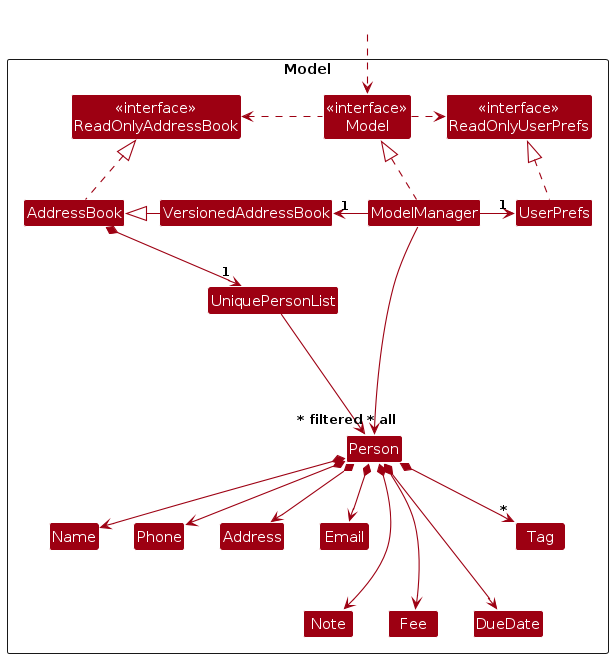
Before: diagrams/ModelClassDiagram.png, a diagram exported from PlantUML (AY2627S1-CS2103T-T08-4/tp). Its source is kept beside it as diagrams/ModelClassDiagram.puml.
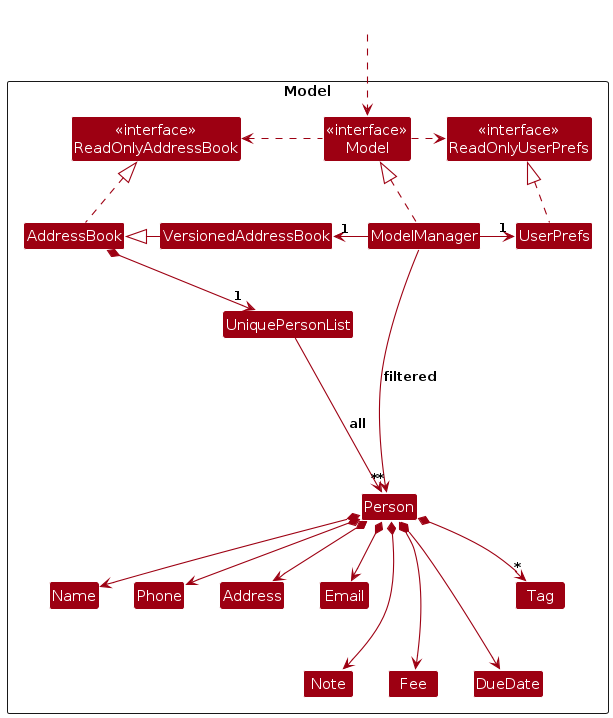
Later version of the same file.

Diff of the diagram source:
```diff
@@ -41,7 +41,7 @@
 UserPrefs .up.|> ReadOnlyUserPrefs
 
 AddressBook *--> "1" UniquePersonList
-UniquePersonList --> "~* all" Person
+UniquePersonList --> "~*" Person : all
 Person *--> Name
 Person *--> Phone
 Person *--> Email
@@ -61,5 +61,5 @@
 Fee -[hidden]right-> DueDate
 Name -[hidden]down-> Note
 
-ModelManager --> "~* filtered" Person
+ModelManager --> "~*" Person : filtered
 @enduml
```
